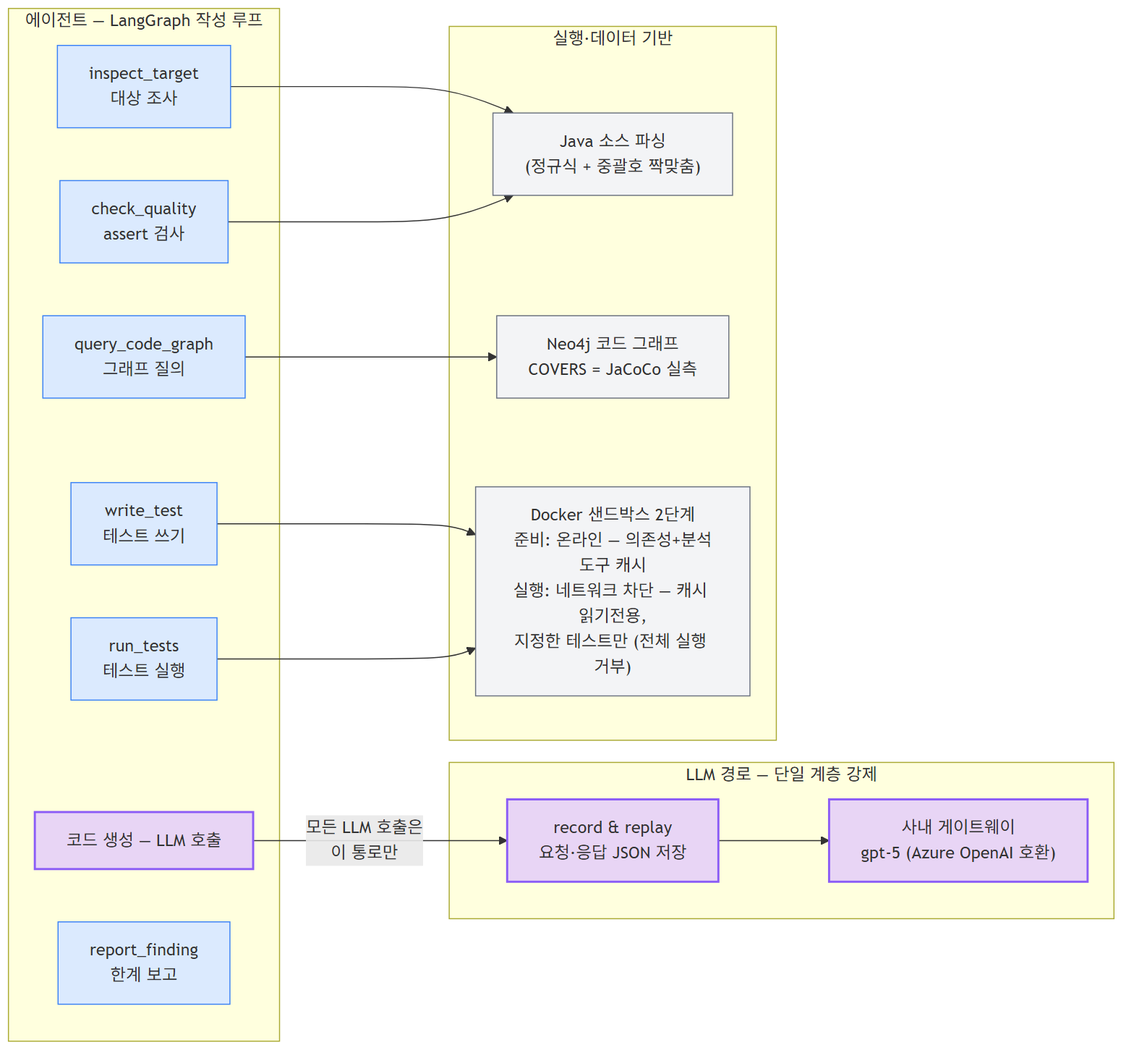
parksanghyeop/skax-master-project keeps this Mermaid diagram as docs/제출자료/images/tools.png. Above is the earlier version. Its source is kept beside it as docs/제출자료/diagrams/tools.mmd. The source it was exported from:
```mermaid
flowchart LR
    subgraph AGENT["에이전트 — LangGraph 작성 루프"]
        direction TB
        GEN["코드 생성 — LLM 호출"]
        T1["inspect_target<br/>대상 조사"]
        T5["check_quality<br/>assert 검사"]
        T2["query_code_graph<br/>그래프 질의"]
        T3["write_test<br/>테스트 쓰기"]
        T4["run_tests<br/>테스트 실행"]
        T6["report_finding<br/>한계 보고"]
    end

    subgraph LLMSIDE["LLM 경로 — 단일 계층 강제"]
        direction LR
        REC["record & replay<br/>요청·응답 JSON 저장"] --> GW["사내 게이트웨이<br/>gpt-5 (Azure OpenAI 호환)"]
    end

    subgraph BACK["실행·데이터 기반"]
        direction TB
        SRC["Java 소스 파싱<br/>(정규식 + 중괄호 짝맞춤)"]
        NEO["Neo4j 코드 그래프<br/>COVERS = JaCoCo 실측"]
        SBX["Docker 샌드박스 2단계<br/>준비: 온라인 — 의존성+분석도구 캐시<br/>실행: 네트워크 차단 — 캐시 읽기전용,<br/>지정한 테스트만 (전체 실행 거부)"]
    end

    GEN -->|"모든 LLM 호출은<br/>이 통로만"| REC
    T1 --> SRC
    T5 --> SRC
    T2 --> NEO
    T3 --> SBX
    T4 --> SBX

    classDef llm fill:#e8d5f5,stroke:#8b5cf6,stroke-width:2px
    classDef tool fill:#dbeafe,stroke:#3b82f6
    classDef infra fill:#f3f4f6,stroke:#6b7280
    class GEN,REC,GW llm
    class T1,T2,T3,T4,T5,T6 tool
    class SRC,NEO,SBX infra
```
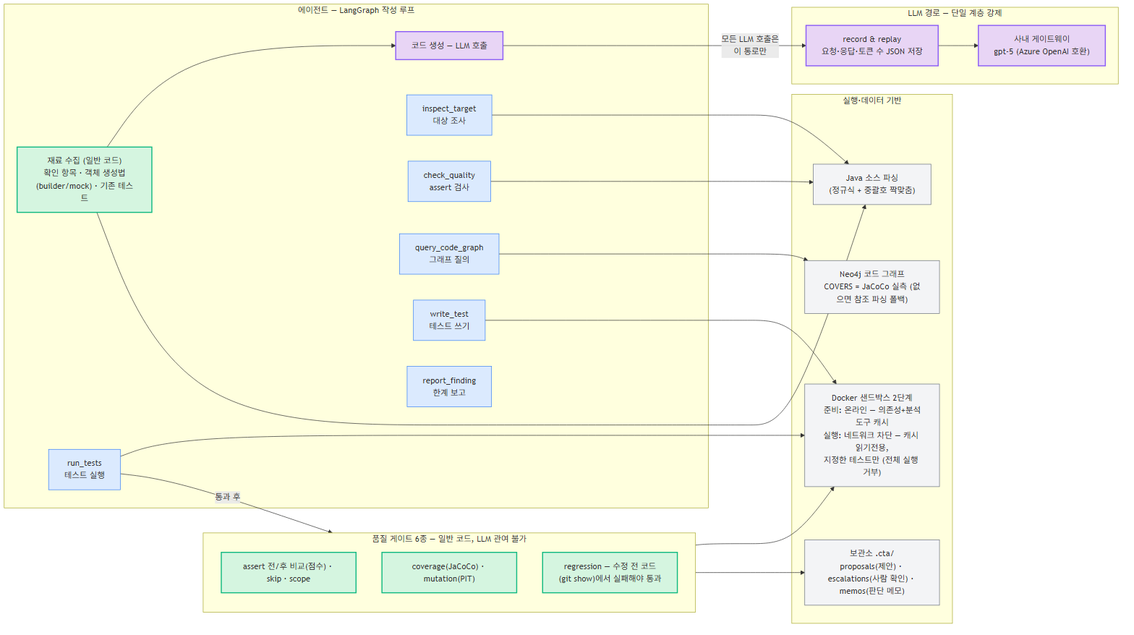
The same file after the commit.

Commit message:
산출물 다이어그램 갱신 — 건별 의도 출력·저장 후 재개(resolve)·게이트 6종·재료 수집 반영

Change to the diagram source:
```diff
@@ -1,6 +1,7 @@
 flowchart LR
     subgraph AGENT["에이전트 — LangGraph 작성 루프"]
         direction TB
+        MAT["재료 수집 (일반 코드)<br/>확인 항목 · 객체 생성법(builder/mock) · 기존 테스트"]
         GEN["코드 생성 — LLM 호출"]
         T1["inspect_target<br/>대상 조사"]
         T5["check_quality<br/>assert 검사"]
@@ -8,30 +9,45 @@
         T3["write_test<br/>테스트 쓰기"]
         T4["run_tests<br/>테스트 실행"]
         T6["report_finding<br/>한계 보고"]
+        MAT --> GEN
     end
 
     subgraph LLMSIDE["LLM 경로 — 단일 계층 강제"]
         direction LR
-        REC["record & replay<br/>요청·응답 JSON 저장"] --> GW["사내 게이트웨이<br/>gpt-5 (Azure OpenAI 호환)"]
+        REC["record & replay<br/>요청·응답·토큰 수 JSON 저장"] --> GW["사내 게이트웨이<br/>gpt-5 (Azure OpenAI 호환)"]
+    end
+
+    subgraph GATES["품질 게이트 6종 — 일반 코드, LLM 관여 불가"]
+        direction TB
+        G1["assert 전/후 비교(점수) · skip · scope"]
+        G2["coverage(JaCoCo) · mutation(PIT)"]
+        G3["regression — 수정 전 코드(git show)에서 실패해야 통과"]
     end
 
     subgraph BACK["실행·데이터 기반"]
         direction TB
         SRC["Java 소스 파싱<br/>(정규식 + 중괄호 짝맞춤)"]
-        NEO["Neo4j 코드 그래프<br/>COVERS = JaCoCo 실측"]
+        NEO["Neo4j 코드 그래프<br/>COVERS = JaCoCo 실측 (없으면 참조 파싱 폴백)"]
         SBX["Docker 샌드박스 2단계<br/>준비: 온라인 — 의존성+분석도구 캐시<br/>실행: 네트워크 차단 — 캐시 읽기전용,<br/>지정한 테스트만 (전체 실행 거부)"]
+        STORE["보관소 .cta/<br/>proposals(제안) · escalations(사람 확인) · memos(판단 메모)"]
     end
 
     GEN -->|"모든 LLM 호출은<br/>이 통로만"| REC
+    MAT --> SRC
     T1 --> SRC
     T5 --> SRC
     T2 --> NEO
     T3 --> SBX
     T4 --> SBX
+    T4 -->|"통과 후"| GATES
+    GATES --> SBX
+    GATES --> STORE
 
     classDef llm fill:#e8d5f5,stroke:#8b5cf6,stroke-width:2px
     classDef tool fill:#dbeafe,stroke:#3b82f6
     classDef infra fill:#f3f4f6,stroke:#6b7280
+    classDef safe fill:#d5f5e0,stroke:#10b981,stroke-width:2px
     class GEN,REC,GW llm
     class T1,T2,T3,T4,T5,T6 tool
-    class SRC,NEO,SBX infra
+    class SRC,NEO,SBX,STORE infra
+    class MAT,G1,G2,G3 safe
```
